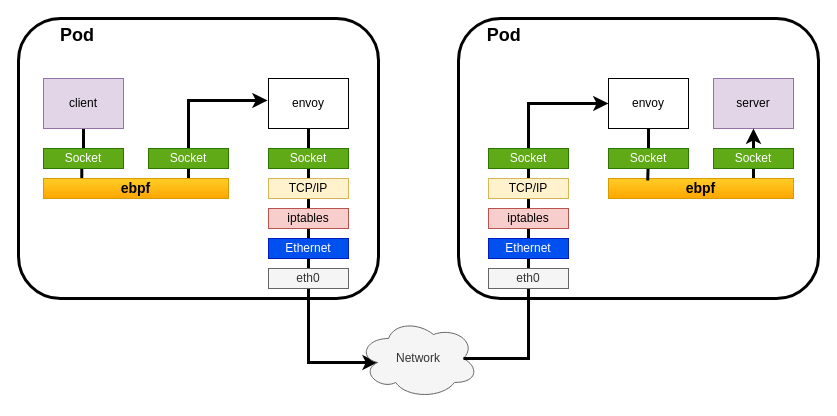
The draw.io diagram sidecar datapath after ebpf.drawio in xu1zhou/Documents, before the edit. Source tidied: cells renumbered, new cells numbered last; positions are measured from the earlier drawing's top-left corner, leaving out a move shared by most shapes. Both pictures are drawn from the tidied source at 100%, with x=0, y=0 at pixel (18, 18).
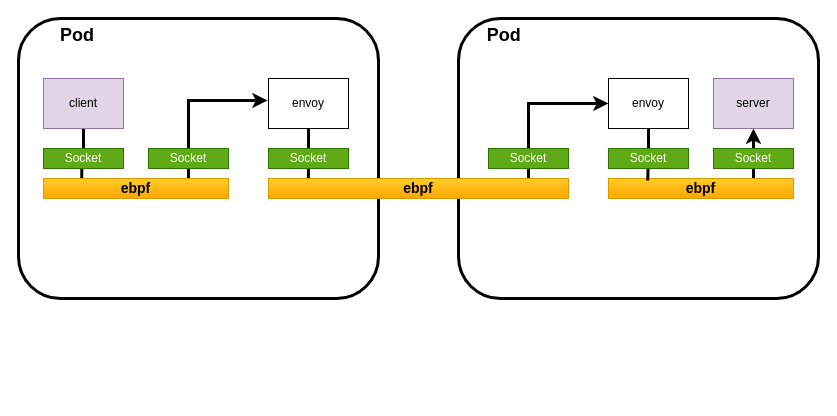
Above is the later version.

The change refers to these unchanged cells:
```xml
<mxCell id="10" value="envoy" style="rounded=0;whiteSpace=wrap;html=1;" parent="1" vertex="1">
  <mxGeometry x="250" y="60" width="80" height="50" as="geometry" />
</mxCell>
<mxCell id="22" value="envoy" style="rounded=0;whiteSpace=wrap;html=1;" parent="1" vertex="1">
  <mxGeometry x="590" y="60" width="80" height="50" as="geometry" />
</mxCell>
```

The edit, as a diff of the source:
```diff
@@
-    <mxCell id="9" style="edgeStyle=orthogonalEdgeStyle;rounded=0;jettySize=auto;html=1;entryX=0.16;entryY=0.55;entryDx=0;entryDy=0;entryPerimeter=0;strokeColor=#000000;strokeWidth=3;" parent="1" edge="1" source="10" target="23">
-      <mxGeometry relative="1" as="geometry">
-        <Array as="points">
-          <mxPoint x="290" y="344" />
-        </Array>
-      </mxGeometry>
-    </mxCell>
+    <mxCell id="31" style="edgeStyle=orthogonalEdgeStyle;rounded=0;jettySize=auto;html=1;entryX=0.133;entryY=-0.002;entryDx=0;entryDy=0;entryPerimeter=0;strokeWidth=3;endArrow=none;endFill=0;" parent="1" edge="1" source="10" target="33">
+      <mxGeometry relative="1" as="geometry" />
+    </mxCell>
@@
-    <mxCell id="12" value="TCP/IP" style="rounded=0;whiteSpace=wrap;html=1;fillColor=#fff2cc;strokeColor=#d6b656;" parent="1" vertex="1">
-      <mxGeometry x="250" y="160" width="80" height="20" as="geometry" />
-    </mxCell>
-    <mxCell id="13" value="iptables" style="rounded=0;whiteSpace=wrap;html=1;fillColor=#f8cecc;strokeColor=#b85450;" parent="1" vertex="1">
-      <mxGeometry x="250" y="190" width="80" height="20" as="geometry" />
-    </mxCell>
-    <mxCell id="14" value="Ethernet" style="rounded=0;whiteSpace=wrap;html=1;fillColor=#0050ef;strokeColor=#001DBC;fontColor=#ffffff;" parent="1" vertex="1">
-      <mxGeometry x="250" y="220" width="80" height="20" as="geometry" />
-    </mxCell>
-    <mxCell id="15" value="eth0" style="rounded=0;whiteSpace=wrap;html=1;fillColor=#f5f5f5;strokeColor=#666666;fontColor=#333333;" parent="1" vertex="1">
-      <mxGeometry x="250" y="250" width="80" height="20" as="geometry" />
-    </mxCell>
@@
-    <mxCell id="23" value="Network" style="ellipse;shape=cloud;whiteSpace=wrap;html=1;fillColor=#f5f5f5;strokeColor=#666666;fontColor=#333333;" parent="1" vertex="1">
-      <mxGeometry x="340" y="300" width="120" height="80" as="geometry" />
-    </mxCell>
-    <mxCell id="24" style="edgeStyle=orthogonalEdgeStyle;rounded=0;jettySize=auto;html=1;entryX=0;entryY=0.5;entryDx=0;entryDy=0;strokeColor=#000000;exitX=0.875;exitY=0.5;exitDx=0;exitDy=0;exitPerimeter=0;strokeWidth=3;" parent="1" edge="1" source="23" target="22">
-      <mxGeometry relative="1" as="geometry">
-        <Array as="points">
-          <mxPoint x="510" y="340" />
-          <mxPoint x="510" y="85" />
-        </Array>
-      </mxGeometry>
-    </mxCell>
+    <mxCell id="30" value="Socket" style="rounded=0;whiteSpace=wrap;html=1;fillColor=#60a917;strokeColor=#2D7600;fontColor=#ffffff;" parent="1" vertex="1">
+      <mxGeometry x="590" y="130" width="80" height="20" as="geometry" />
+    </mxCell>
+    <mxCell id="32" style="edgeStyle=orthogonalEdgeStyle;rounded=0;jettySize=auto;html=1;entryX=0;entryY=0.5;entryDx=0;entryDy=0;endArrow=classic;endFill=1;strokeWidth=3;" parent="1" edge="1" source="33" target="22">
+      <mxGeometry relative="1" as="geometry">
+        <Array as="points">
+          <mxPoint x="510" y="85" />
+        </Array>
+      </mxGeometry>
+    </mxCell>
+    <mxCell id="33" value="&lt;font style=&quot;font-size: 14px&quot;&gt;&lt;b&gt;ebpf&lt;/b&gt;&lt;/font&gt;" style="rounded=0;whiteSpace=wrap;html=1;fillColor=#ffcd28;strokeColor=#d79b00;gradientColor=#ffa500;" parent="1" vertex="1">
+      <mxGeometry x="250" y="160" width="300" height="20" as="geometry" />
+    </mxCell>
@@
-    <mxCell id="26" value="TCP/IP" style="rounded=0;whiteSpace=wrap;html=1;fillColor=#fff2cc;strokeColor=#d6b656;" parent="1" vertex="1">
-      <mxGeometry x="470" y="160" width="80" height="20" as="geometry" />
-    </mxCell>
-    <mxCell id="27" value="iptables" style="rounded=0;whiteSpace=wrap;html=1;fillColor=#f8cecc;strokeColor=#b85450;" parent="1" vertex="1">
-      <mxGeometry x="470" y="190" width="80" height="20" as="geometry" />
-    </mxCell>
-    <mxCell id="28" value="Ethernet" style="rounded=0;whiteSpace=wrap;html=1;fillColor=#0050ef;strokeColor=#001DBC;fontColor=#ffffff;" parent="1" vertex="1">
-      <mxGeometry x="470" y="220" width="80" height="20" as="geometry" />
-    </mxCell>
-    <mxCell id="29" value="eth0" style="rounded=0;whiteSpace=wrap;html=1;fillColor=#f5f5f5;strokeColor=#666666;fontColor=#333333;" parent="1" vertex="1">
-      <mxGeometry x="470" y="250" width="80" height="20" as="geometry" />
-    </mxCell>
-    <mxCell id="30" value="Socket" style="rounded=0;whiteSpace=wrap;html=1;fillColor=#60a917;strokeColor=#2D7600;fontColor=#ffffff;" parent="1" vertex="1">
-      <mxGeometry x="590" y="130" width="80" height="20" as="geometry" />
-    </mxCell>
```
